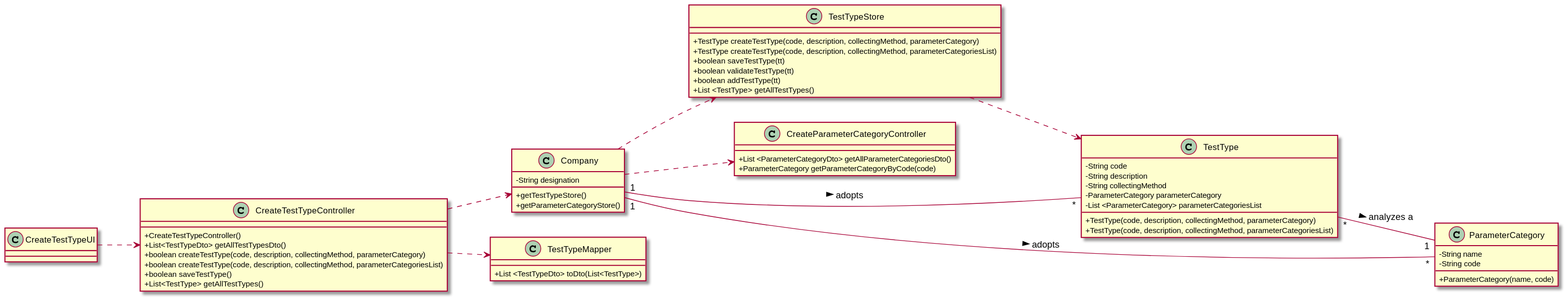
Before: docs/SprintC/US15/US15-CD.svg, a diagram exported from PlantUML (0franciscor/lei-21-s2-1de-g19). The source it was exported from:
```plantuml
@startuml
skinparam classAttributeIconSize 0
left to right direction

class "Company" as C {
-String designation
+getTestTypeStore()
+getParameterCategoryStore()
}

class "TestTypeMapper" as ttM{
+List <TestTypeDto> toDto(List<TestType>)
}

class "TestTypeStore" as TTS{
+TestType createTestType(code, description, collectingMethod, parameterCategory)
+TestType createTestType(code, description, collectingMethod, parameterCategoriesList)
+boolean saveTestType(tt)
+boolean validateTestType(tt)
+boolean addTestType(tt)
+List <TestType> getAllTestTypes()
}

class "CreateParameterCategoryController" as PCS{
+List <ParameterCategoryDto> getAllParameterCategoriesDto()
+ParameterCategory getParameterCategoryByCode(code)
}

class "TestType" as TT {
-String code
-String description
-String collectingMethod
-ParameterCategory parameterCategory
-List <ParameterCategory> parameterCategoriesList
+TestType(code, description, collectingMethod, parameterCategory)
+TestType(code, description, collectingMethod, parameterCategoriesList)
}

class "CreateTestTypeController" as CTTC {
+CreateTestTypeController()
+List<TestTypeDto> getAllTestTypesDto()
+boolean createTestType(code, description, collectingMethod, parameterCategory)
+boolean createTestType(code, description, collectingMethod, parameterCategoriesList)
+boolean saveTestType()
+List<TestType> getAllTestTypes()
}

class "ParameterCategory" as PC{
-String name
-String code
+ParameterCategory(name, code)
}

class "CreateTestTypeUI" as CTTUI
class "TestType" as TT
class "CreateTestTypeController" as CTTC

CTTUI ..> CTTC

C ..> PCS

C ..> TTS


CTTC ..> C
CTTC ..> ttM

TT "*" -- "1" PC : > analyzes a
TTS ..> TT

C "1" -- "*" TT : > adopts
C "1" -- "*" PC : > adopts

@enduml
```
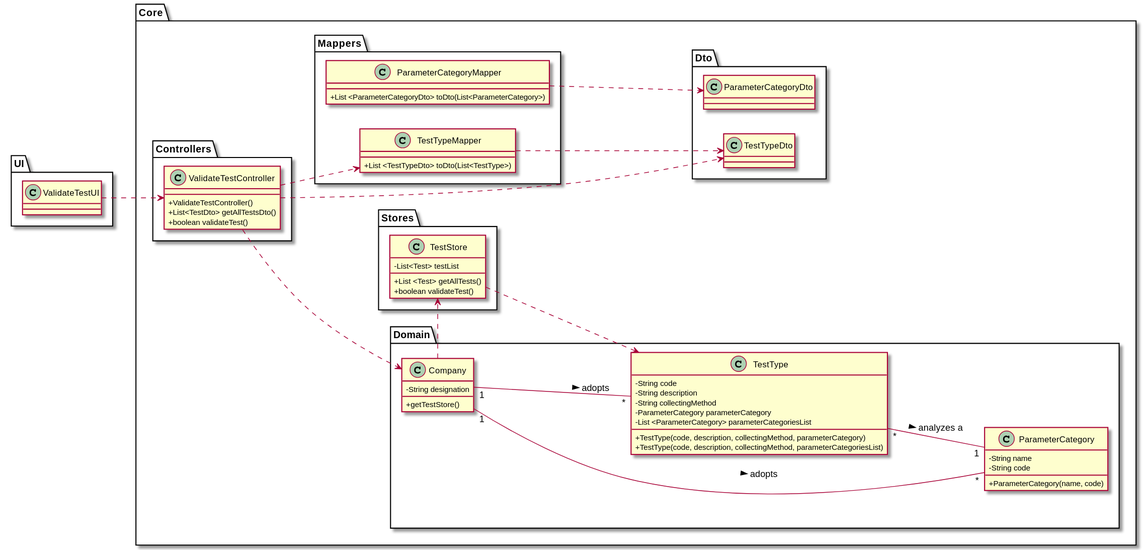
After the commit.

Diff of the diagram source:
```diff
@@ -2,28 +2,18 @@
 skinparam classAttributeIconSize 0
 left to right direction
 
+package Core{
+
+package Domain{
 class "Company" as C {
 -String designation
-+getTestTypeStore()
-+getParameterCategoryStore()
++getTestStore()
 }
 
-class "TestTypeMapper" as ttM{
-+List <TestTypeDto> toDto(List<TestType>)
-}
-
-class "TestTypeStore" as TTS{
-+TestType createTestType(code, description, collectingMethod, parameterCategory)
-+TestType createTestType(code, description, collectingMethod, parameterCategoriesList)
-+boolean saveTestType(tt)
-+boolean validateTestType(tt)
-+boolean addTestType(tt)
-+List <TestType> getAllTestTypes()
-}
-
-class "CreateParameterCategoryController" as PCS{
-+List <ParameterCategoryDto> getAllParameterCategoriesDto()
-+ParameterCategory getParameterCategoryByCode(code)
+class "ParameterCategory" as PC{
+-String name
+-String code
++ParameterCategory(name, code)
 }
 
 class "TestType" as TT {
@@ -36,37 +26,70 @@
 +TestType(code, description, collectingMethod, parameterCategoriesList)
 }
 
-class "CreateTestTypeController" as CTTC {
-+CreateTestTypeController()
-+List<TestTypeDto> getAllTestTypesDto()
-+boolean createTestType(code, description, collectingMethod, parameterCategory)
-+boolean createTestType(code, description, collectingMethod, parameterCategoriesList)
-+boolean saveTestType()
-+List<TestType> getAllTestTypes()
 }
 
-class "ParameterCategory" as PC{
--String name
--String code
-+ParameterCategory(name, code)
+
+
+package Stores{
+class "TestStore" as TS{
+-List<Test> testList
++List <Test> getAllTests()
++boolean validateTest()
+}
 }
 
-class "CreateTestTypeUI" as CTTUI
-class "TestType" as TT
-class "CreateTestTypeController" as CTTC
-
-CTTUI ..> CTTC
-
-C ..> PCS
-
-C ..> TTS
 
 
-CTTC ..> C
-CTTC ..> ttM
+package Controllers{
+class "ValidateTestController" as VTC {
++ValidateTestController()
++List<TestDto> getAllTestsDto()
++boolean validateTest()
+}
 
+
+
+
+
+}
+
+package Mappers{
+class "TestTypeMapper" as ttM{
++List <TestTypeDto> toDto(List<TestType>)
+}
+
+class "ParameterCategoryMapper" as pcM{
++List <ParameterCategoryDto> toDto(List<ParameterCategory>)
+}
+
+}
+
+
+package Dto{
+class "TestTypeDto" as ttDto{
+}
+
+class "ParameterCategoryDto" as pcDto{
+}
+
+}
+
+}
+package UI{
+class "ValidateTestUI" as VTUI
+}
+
+VTUI ..> VTC
+
+C ..> TS
+VTC ..> C
+VTC ..> ttM
+VTC ..> ttDto
 TT "*" -- "1" PC : > analyzes a
-TTS ..> TT
+TS ..> TT
+ttM ..> ttDto
+pcM ..> pcDto
+
 
 C "1" -- "*" TT : > adopts
 C "1" -- "*" PC : > adopts
```
